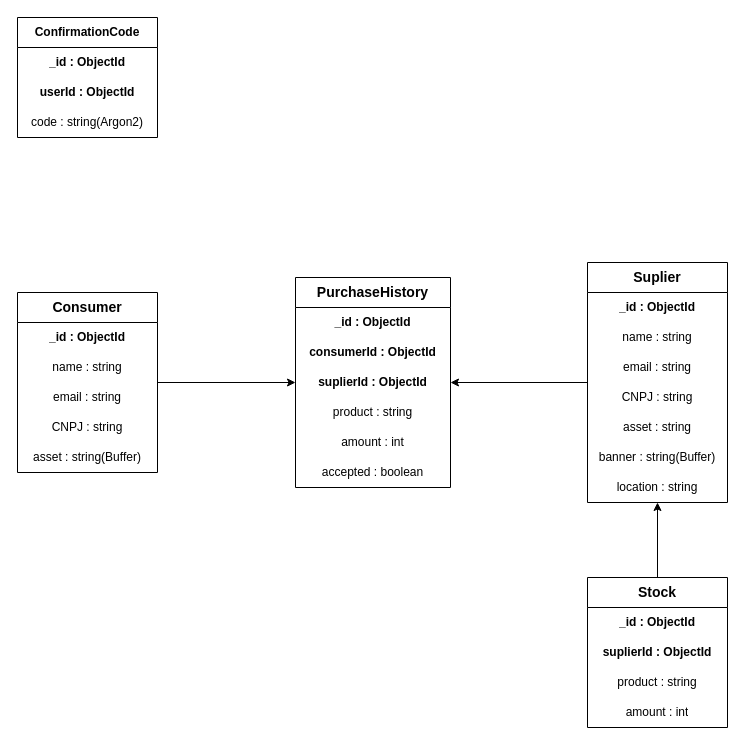
Before: Mongo Models.drawio in rettek-org/rettek-docs, a draw.io diagram. Source tidied: cells renumbered, new cells numbered last; positions are measured from the earlier drawing's top-left corner, leaving out a move shared by most shapes. Both pictures are drawn from the tidied source at 100%, with x=0, y=0 at pixel (17, 17).
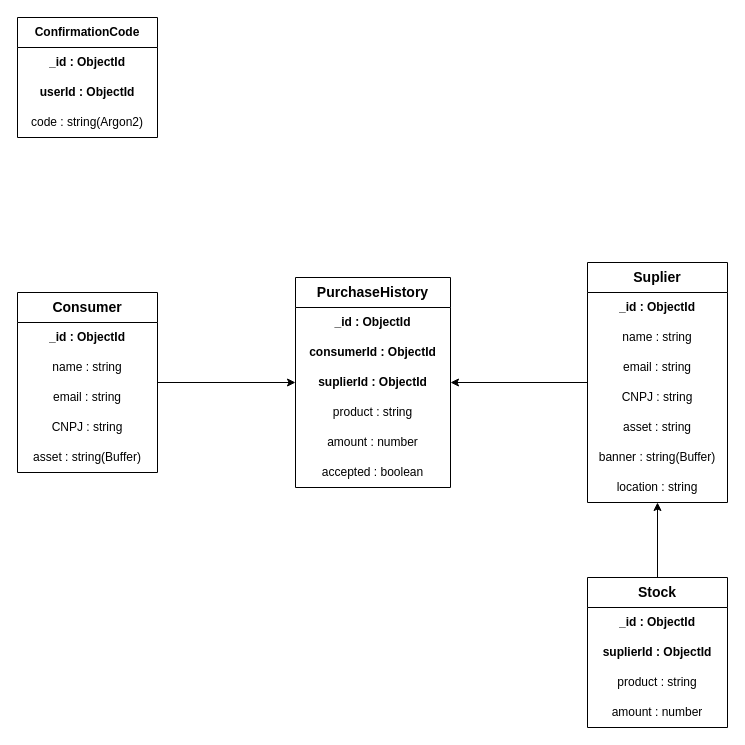
Above is the later version.

Commit message:
fix ints types

Unchanged cells that the change refers to:
```xml
<mxCell id="23" value="&lt;b&gt;&lt;font style=&quot;font-size: 14px;&quot;&gt;Stock&lt;/font&gt;&lt;/b&gt;" style="swimlane;fontStyle=0;horizontal=1;startSize=30;whiteSpace=wrap;html=1;align=center;" parent="1" vertex="1">
  <mxGeometry x="570" y="560" width="140" height="150" as="geometry" />
</mxCell>
<mxCell id="28" value="&lt;b&gt;&lt;font style=&quot;font-size: 14px;&quot;&gt;PurchaseHistory&lt;/font&gt;&lt;/b&gt;" style="swimlane;fontStyle=0;horizontal=1;startSize=30;whiteSpace=wrap;html=1;align=center;" parent="1" vertex="1">
  <mxGeometry x="278" y="260" width="155" height="210" as="geometry" />
</mxCell>
```

Diff of the diagram source:
```diff
@@
-    <mxCell id="27" value="amount : int" style="text;strokeColor=none;fillColor=none;align=center;verticalAlign=middle;spacingLeft=4;spacingRight=4;overflow=hidden;whiteSpace=wrap;html=1;" parent="23" vertex="1">
+    <mxCell id="27" value="amount : number" style="text;strokeColor=none;fillColor=none;align=center;verticalAlign=middle;spacingLeft=4;spacingRight=4;overflow=hidden;whiteSpace=wrap;html=1;" parent="23" vertex="1">
       <mxGeometry y="120" width="140" height="30" as="geometry" />
     </mxCell>
@@
-    <mxCell id="33" value="amount : int" style="text;strokeColor=none;fillColor=none;align=center;verticalAlign=middle;spacingLeft=4;spacingRight=4;overflow=hidden;whiteSpace=wrap;html=1;" parent="28" vertex="1">
+    <mxCell id="33" value="amount : number" style="text;strokeColor=none;fillColor=none;align=center;verticalAlign=middle;spacingLeft=4;spacingRight=4;overflow=hidden;whiteSpace=wrap;html=1;" parent="28" vertex="1">
       <mxGeometry y="150" width="155" height="30" as="geometry" />
     </mxCell>
```
